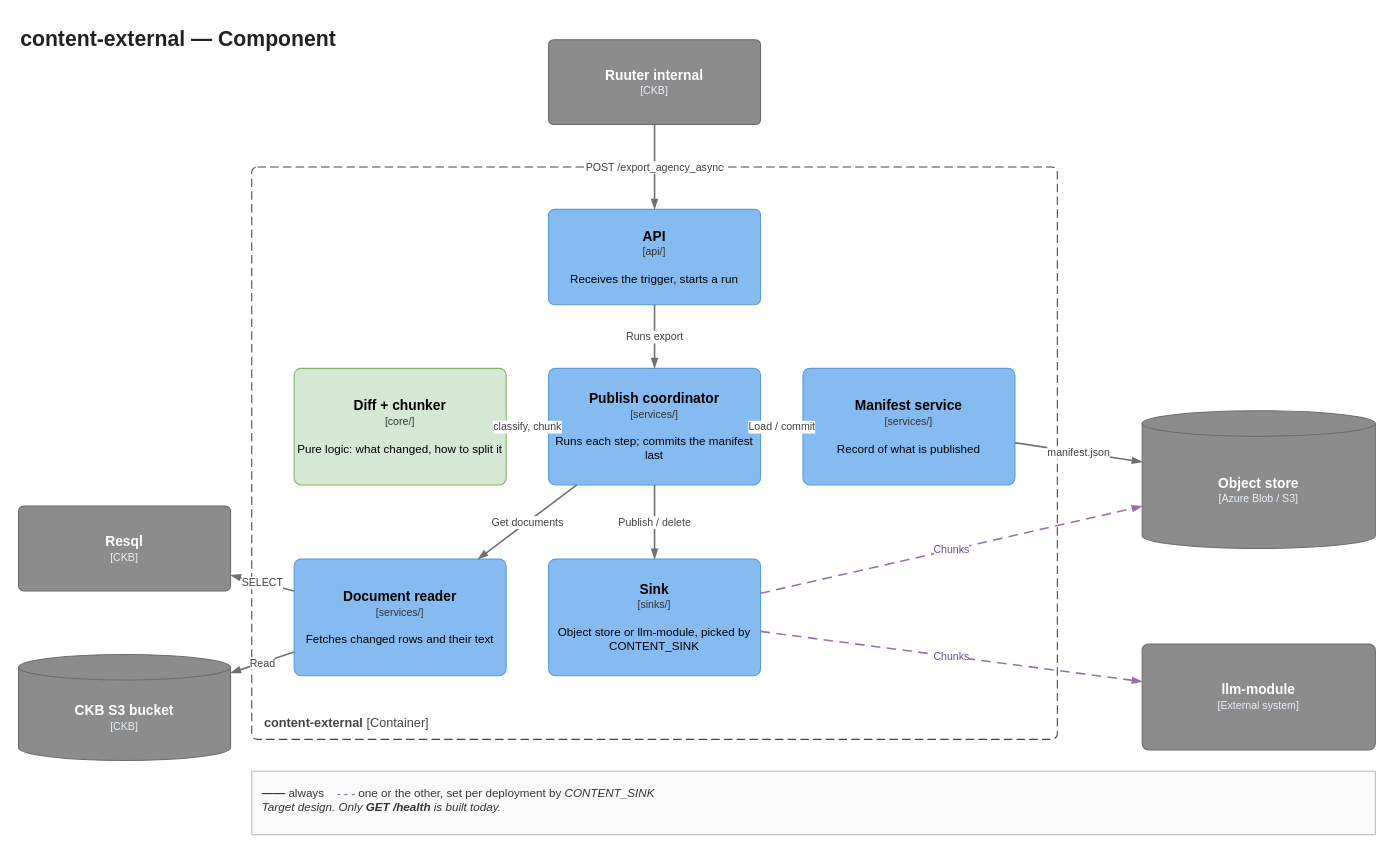
The draw.io diagram page "3. Component" (3 of 3) of content-external/docs/content-external-pipeline-architecture-diagram.drawio in buerokratt/Common-Knowledge, before the edit. Source tidied: cells renumbered, new cells numbered last; positions are measured from the earlier drawing's top-left corner, leaving out a move shared by most shapes. Both pictures are drawn from the tidied source at 106%, with x=0, y=0 at pixel (18, 18).
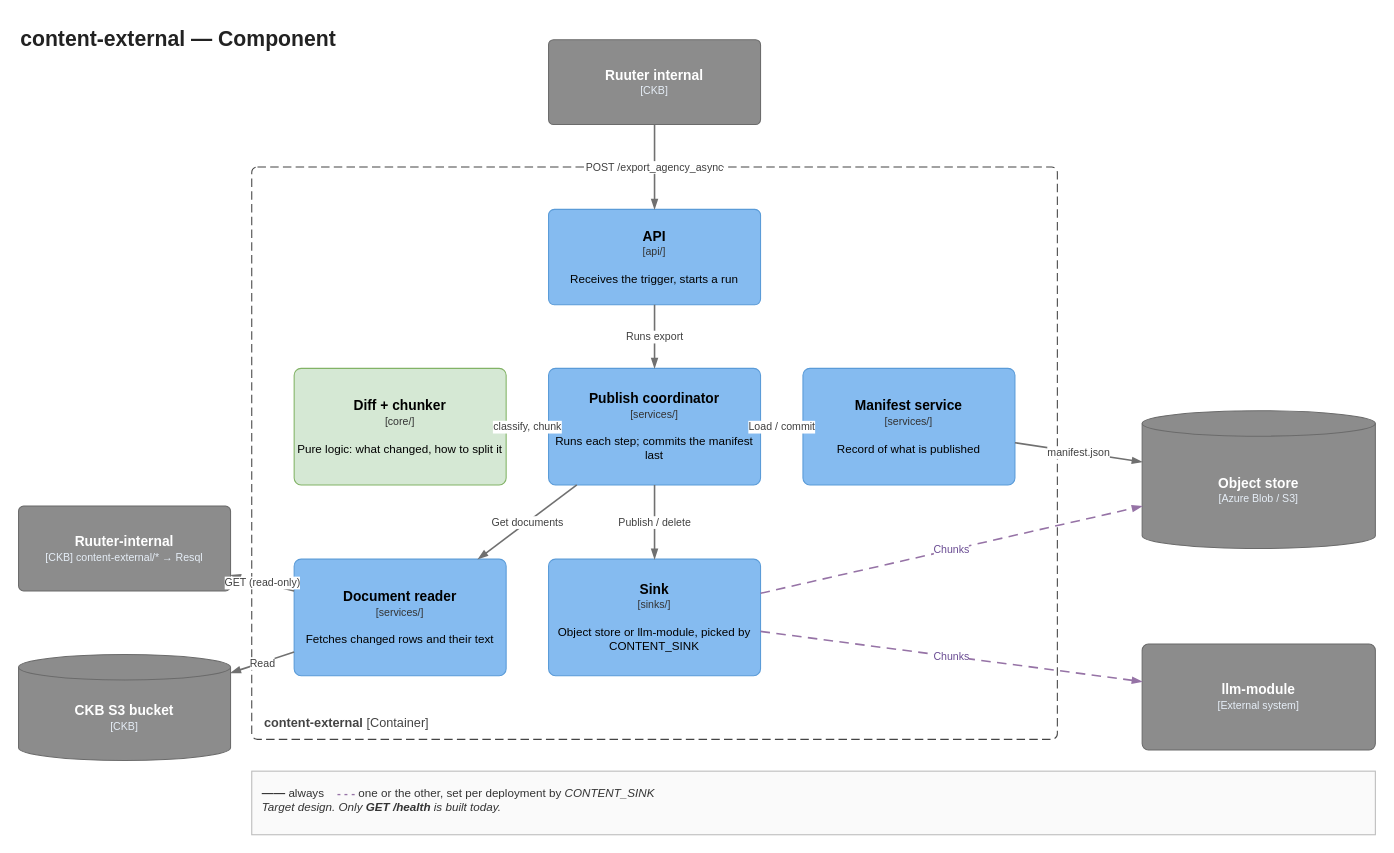
The same diagram, later.

The change refers to these unchanged cells:
```xml
<mxCell id="9" value="&lt;b style='font-size:13px'&gt;Document reader&lt;/b&gt;&lt;br&gt;&lt;span style='font-size:10px;color:#333333'&gt;[services/]&lt;/span&gt;&lt;br&gt;&lt;br&gt;&lt;span style='font-size:11px'&gt;Fetches changed rows and their text&lt;/span&gt;" style="rounded=1;arcSize=6;whiteSpace=wrap;html=1;fontSize=11;fontFamily=Helvetica;fillColor=#85BBF0;strokeColor=#5A9BD8;fontColor=#000000;" parent="1" vertex="1">
  <mxGeometry x="260" y="510" width="200" height="110" as="geometry" />
</mxCell>
```

The edit, as a diff of the source:
```diff
@@
-    <mxCell id="11" value="&lt;b style='font-size:13px'&gt;Resql&lt;/b&gt;&lt;br&gt;&lt;span style='font-size:10px;color:#E6EEF7'&gt;[CKB]&lt;/span&gt;" style="rounded=1;arcSize=6;whiteSpace=wrap;html=1;fontSize=11;fontFamily=Helvetica;fillColor=#8C8C8C;strokeColor=#6B6B6B;fontColor=#ffffff;" parent="1" vertex="1">
+    <mxCell id="11" value="&lt;b style='font-size:13px'&gt;Ruuter-internal&lt;/b&gt;&lt;br&gt;&lt;span style='font-size:10px;color:#E6EEF7'&gt;[CKB] content-external/* → Resql&lt;/span&gt;" style="rounded=1;arcSize=6;whiteSpace=wrap;html=1;fontSize=11;fontFamily=Helvetica;fillColor=#8C8C8C;strokeColor=#6B6B6B;fontColor=#ffffff;" parent="1" vertex="1">
       <mxGeometry y="460" width="200" height="80" as="geometry" />
     </mxCell>
@@
-    <mxCell id="21" value="SELECT" style="endArrow=blockThin;endFill=1;html=1;rounded=0;edgeStyle=none;strokeWidth=1.5;strokeColor=#707070;fontColor=#404040;fontSize=10;labelBackgroundColor=#ffffff;fontFamily=Helvetica;" parent="1" edge="1" source="9" target="11">
+    <mxCell id="21" value="GET (read-only)" style="endArrow=blockThin;endFill=1;html=1;rounded=0;edgeStyle=none;strokeWidth=1.5;strokeColor=#707070;fontColor=#404040;fontSize=10;labelBackgroundColor=#ffffff;fontFamily=Helvetica;" parent="1" edge="1" source="9" target="11">
       <mxGeometry relative="1" as="geometry" />
     </mxCell>
```
